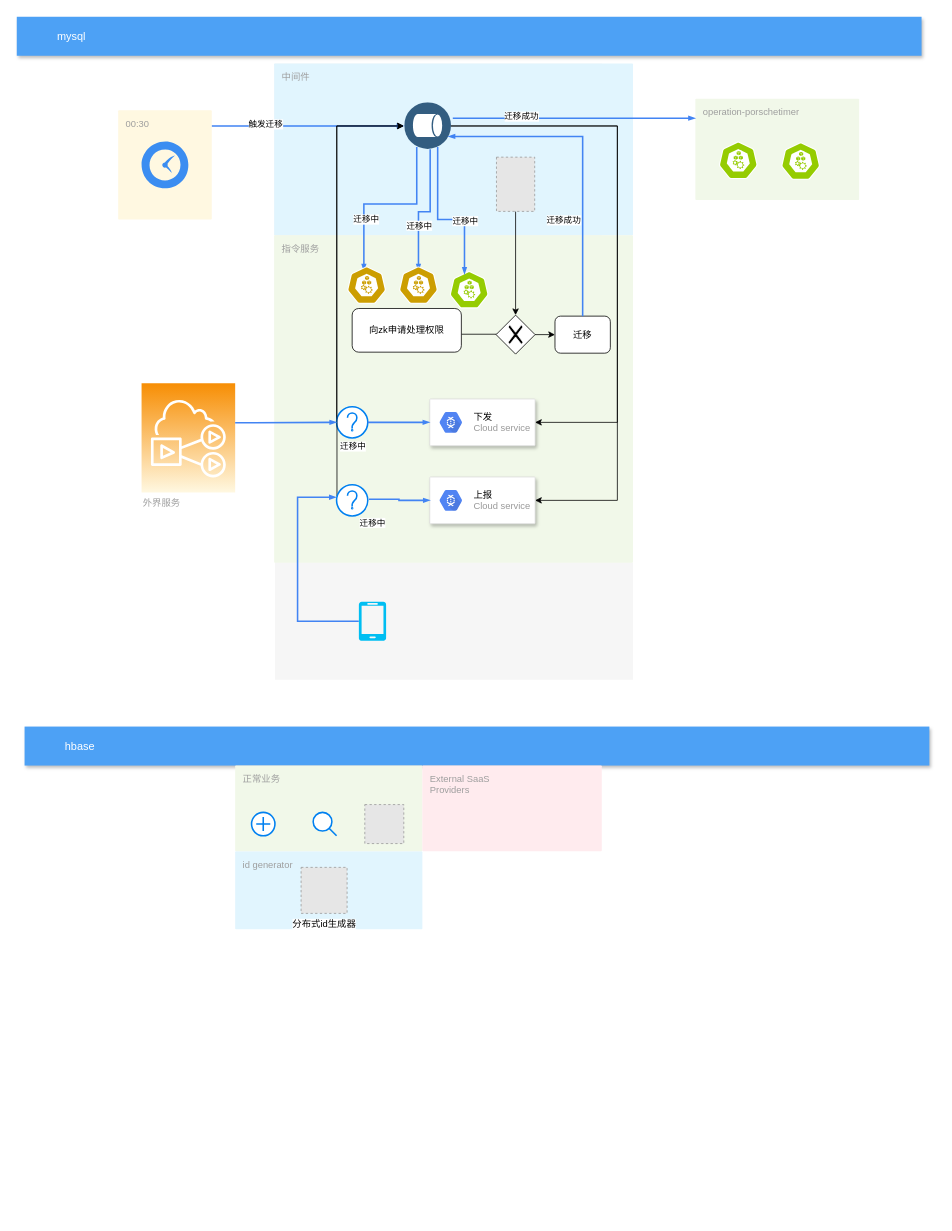
Above: craft/Copy of task_magr1.drawio in feihu618/drawio (draw.io), before the change. Source tidied: cells renumbered, new cells numbered last; positions are measured from the earlier drawing's top-left corner, leaving out a move shared by most shapes. Both pictures are drawn from the tidied source at 78%, with x=0, y=0 at pixel (16, 16). Pictures stored in the file or linked from it are replaced by grey dashed boxes.
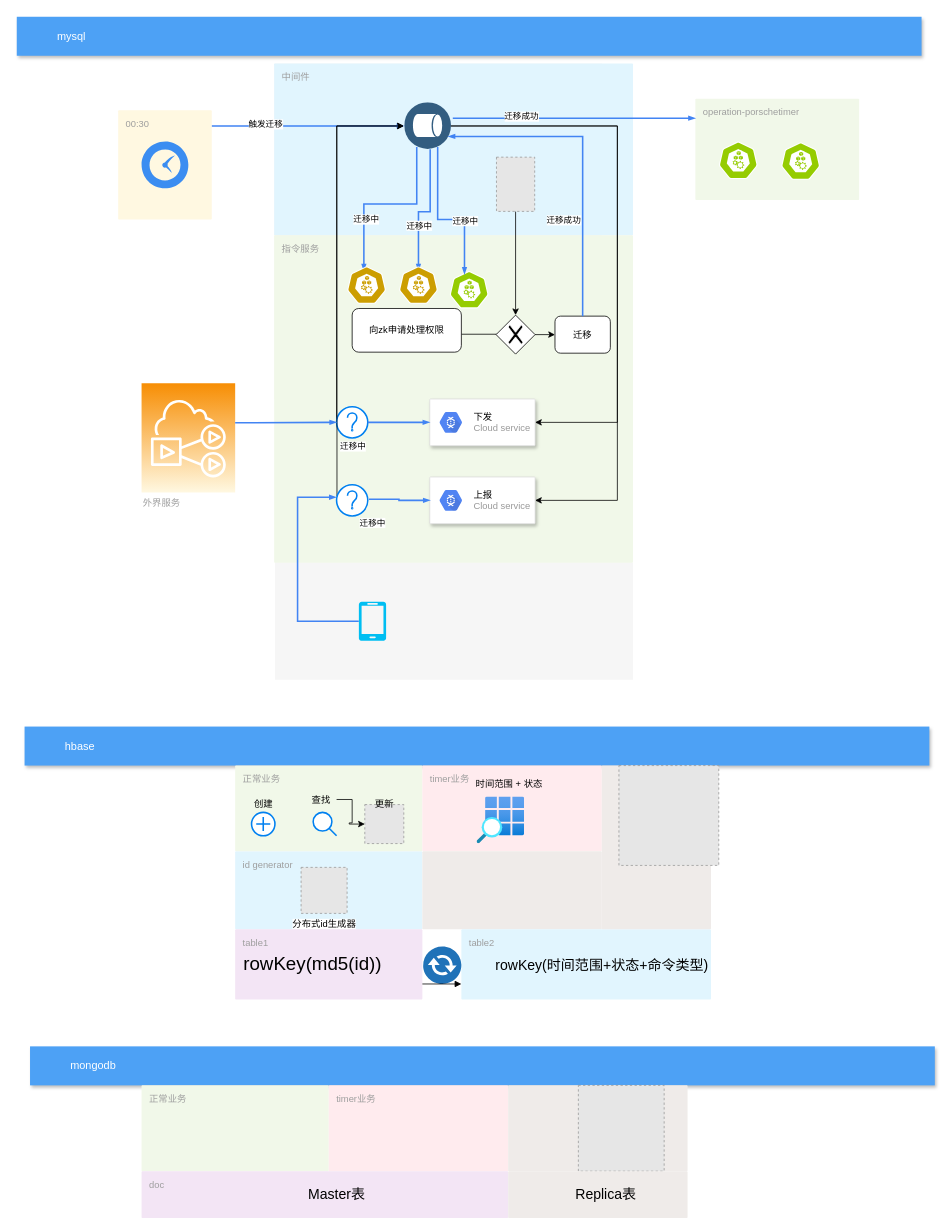
The same page after the edit.

Unchanged cells that the change refers to:
```xml
<mxCell id="62" style="fillColor=#E6E6E6;strokeColor=#999999;dashed=1;html=1;verticalAlign=top;verticalLabelPosition=bottom;labelBackgroundColor=#ffffff;" parent="1" vertex="1">
  <mxGeometry x="446.2" y="1010" width="50" height="50" as="geometry" />
</mxCell>
```

Change to the diagram source:
```diff
@@
-    <mxCell id="61" value="External SaaS&#10;Providers" style="rounded=1;absoluteArcSize=1;arcSize=2;html=1;strokeColor=none;gradientColor=none;shadow=0;dashed=0;fontSize=12;fontColor=#9E9E9E;align=left;verticalAlign=top;spacing=10;spacingTop=-4;fillColor=#FFEBEE;" parent="1" vertex="1">
+    <mxCell id="61" value="timer业务" style="rounded=1;absoluteArcSize=1;arcSize=2;html=1;strokeColor=none;gradientColor=none;shadow=0;dashed=0;fontSize=12;fontColor=#9E9E9E;align=left;verticalAlign=top;spacing=10;spacingTop=-4;fillColor=#FFEBEE;" parent="1" vertex="1">
       <mxGeometry x="520" y="960" width="230" height="110" as="geometry" />
     </mxCell>
@@
+    <mxCell id="65" style="html=1;align=center;image;fontSize=12;image=img/lib/azure2/general/Search_Grid.svg;" parent="1" vertex="1">
+      <mxGeometry x="590" y="1000" width="60.9" height="60" as="geometry" />
+    </mxCell>
+    <mxCell id="66" value="创建" style="text;html=1;align=center;verticalAlign=middle;fillColor=none;strokeColor=none;rounded=0;" parent="1" vertex="1">
+      <mxGeometry x="296" y="1000" width="40" height="20" as="geometry" />
+    </mxCell>
+    <mxCell id="67" style="edgeStyle=orthogonalEdgeStyle;rounded=0;jettySize=auto;html=1;" parent="1" edge="1" source="68" target="62">
+      <mxGeometry relative="1" as="geometry" />
+    </mxCell>
+    <mxCell id="68" value="查找" style="text;html=1;align=center;verticalAlign=middle;points=[];fillColor=none;strokeColor=none;rounded=0;" parent="1" vertex="1">
+      <mxGeometry x="370" y="993.5" width="40" height="20" as="geometry" />
+    </mxCell>
+    <mxCell id="69" value="更新" style="text;html=1;align=center;verticalAlign=middle;fillColor=none;strokeColor=none;rounded=0;" parent="1" vertex="1">
+      <mxGeometry x="451.2" y="1000" width="40" height="20" as="geometry" />
+    </mxCell>
+    <mxCell id="70" value="时间范围 + 状态" style="text;html=1;align=center;verticalAlign=middle;fillColor=none;strokeColor=none;rounded=0;" parent="1" vertex="1">
+      <mxGeometry x="580.9" y="973.5" width="100" height="20" as="geometry" />
+    </mxCell>
+    <mxCell id="71" style="rounded=1;absoluteArcSize=1;arcSize=2;html=1;strokeColor=none;gradientColor=none;shadow=0;dashed=0;fontSize=12;fontColor=#9E9E9E;align=left;verticalAlign=top;spacing=10;spacingTop=-4;fillColor=#EFEBE9;" parent="1" vertex="1">
+      <mxGeometry x="520" y="1070" width="230" height="100" as="geometry" />
+    </mxCell>
+    <mxCell id="72" value="table1" style="rounded=1;absoluteArcSize=1;arcSize=2;html=1;strokeColor=none;gradientColor=none;shadow=0;dashed=0;fontSize=12;fontColor=#9E9E9E;align=left;verticalAlign=top;spacing=10;spacingTop=-4;fillColor=#F3E5F5;" parent="1" vertex="1">
+      <mxGeometry x="280" y="1170" width="240" height="90" as="geometry" />
+    </mxCell>
+    <mxCell id="73" value="table2" style="rounded=1;absoluteArcSize=1;arcSize=2;html=1;strokeColor=none;gradientColor=none;shadow=0;dashed=0;fontSize=12;fontColor=#9E9E9E;align=left;verticalAlign=top;spacing=10;spacingTop=-4;fillColor=#E1F5FE;" parent="1" vertex="1">
+      <mxGeometry x="570" y="1170" width="320" height="90" as="geometry" />
+    </mxCell>
+    <mxCell id="74" style="rounded=1;absoluteArcSize=1;arcSize=2;html=1;strokeColor=none;gradientColor=none;shadow=0;dashed=0;fontSize=12;fontColor=#9E9E9E;align=left;verticalAlign=top;spacing=10;spacingTop=-4;fillColor=#EFEBE9;" parent="1" vertex="1">
+      <mxGeometry x="750" y="960" width="140" height="210" as="geometry" />
+    </mxCell>
+    <mxCell id="75" style="fillColor=#E6E6E6;strokeColor=#999999;dashed=1;html=1;verticalAlign=top;verticalLabelPosition=bottom;labelBackgroundColor=#ffffff;" parent="1" vertex="1">
+      <mxGeometry x="772" y="960" width="128" height="128" as="geometry" />
+    </mxCell>
+    <mxCell id="76" value="rowKey(md5(id))" style="text;html=1;align=center;verticalAlign=middle;fillColor=none;strokeColor=none;rounded=0;fontSize=24;" parent="1" vertex="1">
+      <mxGeometry x="283.5" y="1200" width="190" height="30" as="geometry" />
+    </mxCell>
+    <mxCell id="77" value="rowKey(时间范围+状态+命令类型)" style="text;html=1;align=center;verticalAlign=middle;fillColor=none;strokeColor=none;rounded=0;fontSize=18;" parent="1" vertex="1">
+      <mxGeometry x="605" y="1201" width="290" height="30" as="geometry" />
+    </mxCell>
+    <mxCell id="78" style="shadow=0;dashed=0;html=1;strokeColor=none;fillColor=#505050;labelPosition=center;verticalLabelPosition=bottom;verticalAlign=top;align=center;shape=mxgraph.office.communications.exchange_active_sync;fillColor=#2072B8;fontSize=18;" parent="1" vertex="1">
+      <mxGeometry x="521" y="1192" width="49" height="48" as="geometry" />
+    </mxCell>
+    <mxCell id="79" style="html=1;verticalAlign=bottom;labelBackgroundColor=none;endArrow=block;endFill=1;fontSize=18;" parent="1" edge="1">
+      <mxGeometry relative="1" as="geometry">
+        <mxPoint x="520" y="1240" as="sourcePoint" />
+        <mxPoint x="570" y="1240" as="targetPoint" />
+      </mxGeometry>
+    </mxCell>
+    <mxCell id="80" value="mongodb" style="fillColor=#4DA1F5;strokeColor=none;shadow=1;gradientColor=none;fontSize=14;align=left;spacingLeft=50;fontColor=#ffffff;html=1;" parent="1" vertex="1">
+      <mxGeometry x="17" y="1320" width="1160" height="50" as="geometry" />
+    </mxCell>
+    <mxCell id="81" value="正常业务" style="rounded=1;absoluteArcSize=1;arcSize=2;html=1;strokeColor=none;gradientColor=none;shadow=0;dashed=0;fontSize=12;fontColor=#9E9E9E;align=left;verticalAlign=top;spacing=10;spacingTop=-4;fillColor=#F1F8E9;" parent="1" vertex="1">
+      <mxGeometry x="160" y="1370" width="240" height="110" as="geometry" />
+    </mxCell>
+    <mxCell id="82" value="timer业务" style="rounded=1;absoluteArcSize=1;arcSize=2;html=1;strokeColor=none;gradientColor=none;shadow=0;dashed=0;fontSize=12;fontColor=#9E9E9E;align=left;verticalAlign=top;spacing=10;spacingTop=-4;fillColor=#FFEBEE;" parent="1" vertex="1">
+      <mxGeometry x="400" y="1370" width="230" height="110" as="geometry" />
+    </mxCell>
+    <mxCell id="83" style="rounded=1;absoluteArcSize=1;arcSize=2;html=1;strokeColor=none;gradientColor=none;shadow=0;dashed=0;fontSize=12;fontColor=#9E9E9E;align=left;verticalAlign=top;spacing=10;spacingTop=-4;fillColor=#EFEBE9;" parent="1" vertex="1">
+      <mxGeometry x="630" y="1370" width="230" height="110" as="geometry" />
+    </mxCell>
+    <mxCell id="84" style="fillColor=#E6E6E6;strokeColor=#999999;dashed=1;html=1;verticalAlign=top;verticalLabelPosition=bottom;labelBackgroundColor=#ffffff;" parent="1" vertex="1">
+      <mxGeometry x="720" y="1370" width="110" height="110" as="geometry" />
+    </mxCell>
+    <mxCell id="85" value="doc" style="rounded=1;absoluteArcSize=1;arcSize=2;html=1;strokeColor=none;gradientColor=none;shadow=0;dashed=0;fontSize=12;fontColor=#9E9E9E;align=left;verticalAlign=top;spacing=10;spacingTop=-4;fillColor=#F3E5F5;" parent="1" vertex="1">
+      <mxGeometry x="160" y="1480" width="470" height="60" as="geometry" />
+    </mxCell>
+    <mxCell id="86" style="rounded=1;absoluteArcSize=1;arcSize=2;html=1;strokeColor=none;gradientColor=none;shadow=0;dashed=0;fontSize=12;fontColor=#9E9E9E;align=left;verticalAlign=top;spacing=10;spacingTop=-4;fillColor=#EFEBE9;" parent="1" vertex="1">
+      <mxGeometry x="630" y="1480" width="230" height="60" as="geometry" />
+    </mxCell>
+    <mxCell id="87" value="Master表" style="text;html=1;align=center;verticalAlign=middle;fillColor=none;strokeColor=none;rounded=0;fontSize=18;" parent="1" vertex="1">
+      <mxGeometry x="364.5" y="1495" width="90" height="30" as="geometry" />
+    </mxCell>
+    <mxCell id="88" value="Replica表" style="text;html=1;align=center;verticalAlign=middle;fillColor=none;strokeColor=none;rounded=0;fontSize=18;" parent="1" vertex="1">
+      <mxGeometry x="710" y="1495" width="90" height="30" as="geometry" />
+    </mxCell>
```
